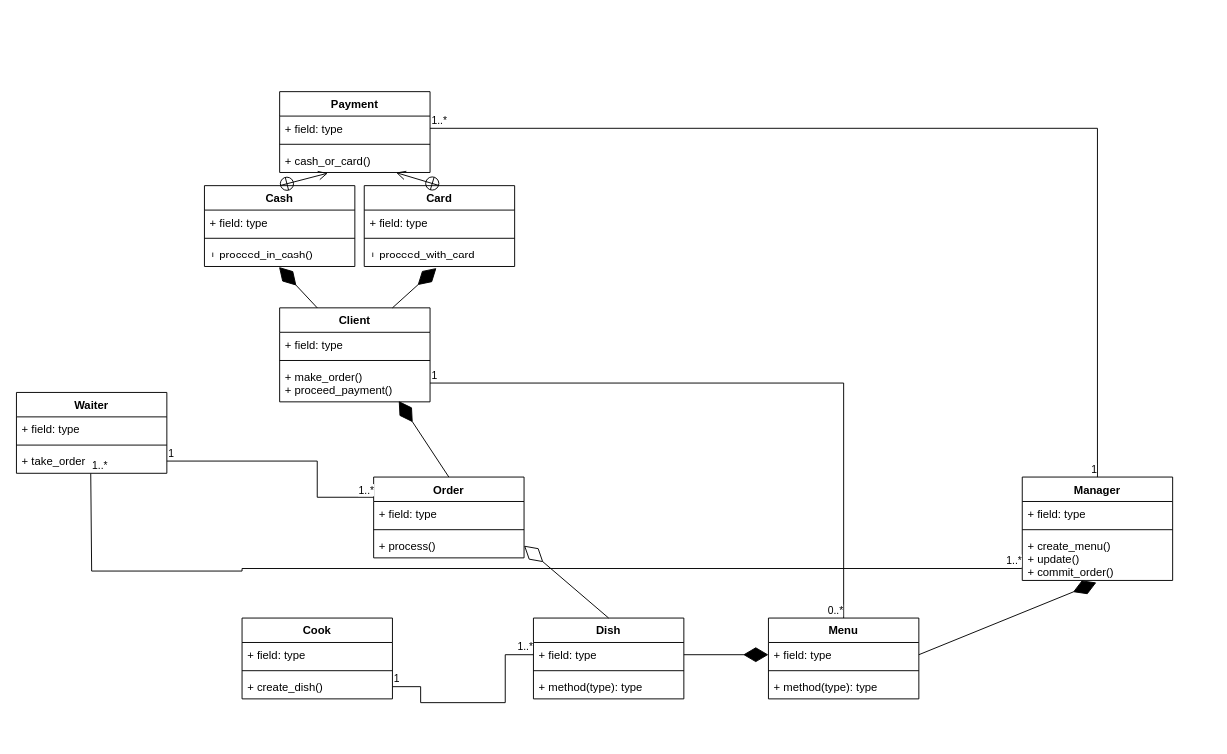
Before: Untitled Diagram.drawio in Ruslan-Sh-sudo/UML_diagram, a draw.io diagram. Source tidied: cells renumbered, new cells numbered last; positions are measured from the earlier drawing's top-left corner, leaving out a move shared by most shapes. Both pictures are drawn from the tidied source at 94%, with x=0, y=0 at pixel (16, 91).
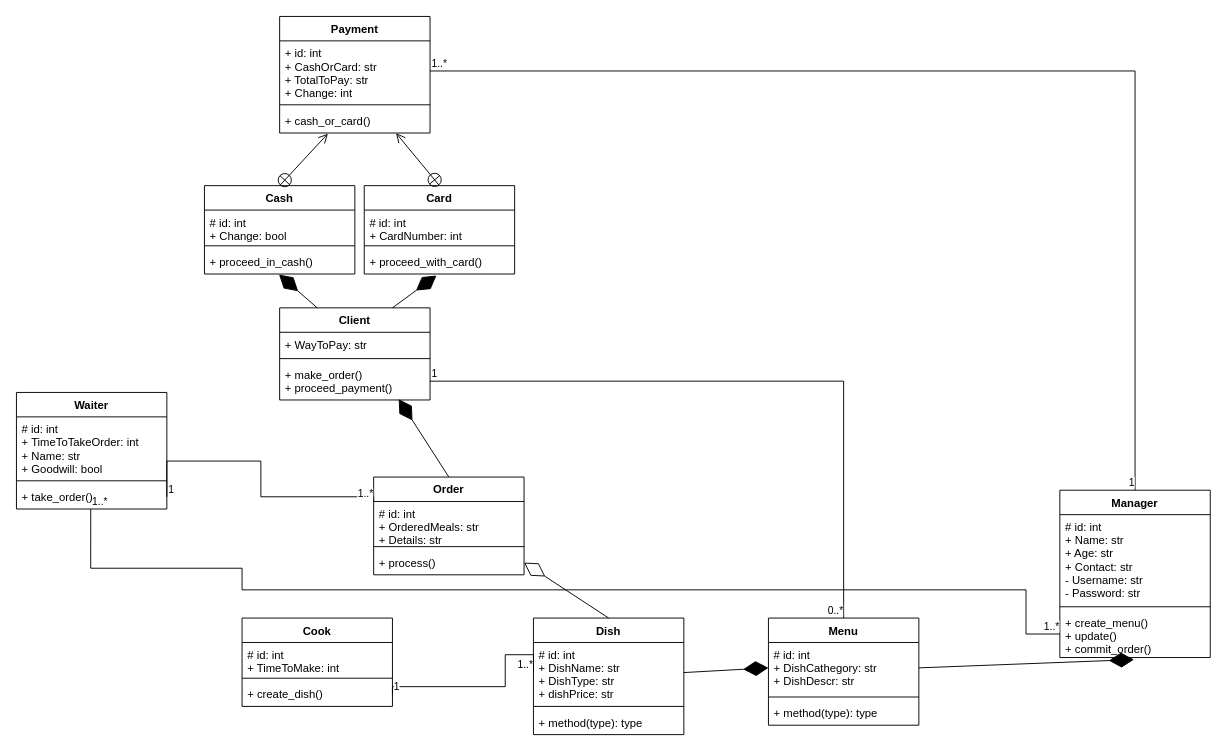
The same page after the edit.

What changed in the source:
```diff
@@
     <mxCell id="2" value="Menu" style="swimlane;fontStyle=1;align=center;verticalAlign=top;horizontal=1;startSize=26;" parent="1" vertex="1">
-      <mxGeometry x="800" y="560" width="160" height="86" as="geometry" />
+      <mxGeometry x="800" y="560" width="160" height="114" as="geometry" />
     </mxCell>
-    <mxCell id="3" value="+ field: type" style="text;strokeColor=none;fillColor=none;align=left;verticalAlign=top;spacingLeft=4;spacingRight=4;overflow=hidden;points=[[0,0.5],[1,0.5]];portConstraint=eastwest;" parent="2" vertex="1">
-      <mxGeometry y="26" width="160" height="26" as="geometry" />
+    <mxCell id="3" value="# id: int&#10;+ DishCathegory: str&#10;+ DishDescr: str" style="text;strokeColor=none;fillColor=none;align=left;verticalAlign=top;spacingLeft=4;spacingRight=4;overflow=hidden;points=[[0,0.5],[1,0.5]];portConstraint=eastwest;" parent="2" vertex="1">
+      <mxGeometry y="26" width="160" height="54" as="geometry" />
     </mxCell>
     <mxCell id="4" style="line;strokeWidth=1;fillColor=none;align=left;verticalAlign=middle;spacingTop=-1;spacingLeft=3;spacingRight=3;labelPosition=right;" parent="2" vertex="1">
-      <mxGeometry y="52" width="160" height="8" as="geometry" />
+      <mxGeometry y="80" width="160" height="8" as="geometry" />
     </mxCell>
     <mxCell id="5" value="+ method(type): type" style="text;strokeColor=none;fillColor=none;align=left;verticalAlign=top;spacingLeft=4;spacingRight=4;overflow=hidden;" parent="2" vertex="1">
-      <mxGeometry y="60" width="160" height="26" as="geometry" />
+      <mxGeometry y="88" width="160" height="26" as="geometry" />
     </mxCell>
     <mxCell id="6" value="Dish" style="swimlane;fontStyle=1;align=center;verticalAlign=top;horizontal=1;startSize=26;" parent="1" vertex="1">
-      <mxGeometry x="550" y="560" width="160" height="86" as="geometry" />
+      <mxGeometry x="550" y="560" width="160" height="124" as="geometry" />
     </mxCell>
-    <mxCell id="7" value="+ field: type" style="text;strokeColor=none;fillColor=none;align=left;verticalAlign=top;spacingLeft=4;spacingRight=4;overflow=hidden;points=[[0,0.5],[1,0.5]];portConstraint=eastwest;" parent="6" vertex="1">
-      <mxGeometry y="26" width="160" height="26" as="geometry" />
+    <mxCell id="7" value="# id: int&#10;+ DishName: str&#10;+ DishType: str&#10;+ dishPrice: str" style="text;strokeColor=none;fillColor=none;align=left;verticalAlign=top;spacingLeft=4;spacingRight=4;overflow=hidden;points=[[0,0.5],[1,0.5]];portConstraint=eastwest;" parent="6" vertex="1">
+      <mxGeometry y="26" width="160" height="64" as="geometry" />
     </mxCell>
     <mxCell id="8" style="line;strokeWidth=1;fillColor=none;align=left;verticalAlign=middle;spacingTop=-1;spacingLeft=3;spacingRight=3;labelPosition=right;" parent="6" vertex="1">
-      <mxGeometry y="52" width="160" height="8" as="geometry" />
+      <mxGeometry y="90" width="160" height="8" as="geometry" />
     </mxCell>
     <mxCell id="9" value="+ method(type): type" style="text;strokeColor=none;fillColor=none;align=left;verticalAlign=top;spacingLeft=4;spacingRight=4;overflow=hidden;" parent="6" vertex="1">
-      <mxGeometry y="60" width="160" height="26" as="geometry" />
+      <mxGeometry y="98" width="160" height="26" as="geometry" />
     </mxCell>
@@
     <mxCell id="11" value="Payment" style="swimlane;fontStyle=1;align=center;verticalAlign=top;horizontal=1;startSize=26;" parent="1" vertex="1">
-      <mxGeometry x="280" width="160" height="86" as="geometry" />
+      <mxGeometry x="280" y="-80" width="160" height="124" as="geometry" />
     </mxCell>
-    <mxCell id="12" value="+ field: type" style="text;strokeColor=none;fillColor=none;align=left;verticalAlign=top;spacingLeft=4;spacingRight=4;overflow=hidden;points=[[0,0.5],[1,0.5]];portConstraint=eastwest;" parent="11" vertex="1">
-      <mxGeometry y="26" width="160" height="26" as="geometry" />
+    <mxCell id="12" value="+ id: int&#10;+ CashOrCard: str&#10;+ TotalToPay: str&#10;+ Change: int" style="text;strokeColor=none;fillColor=none;align=left;verticalAlign=top;spacingLeft=4;spacingRight=4;overflow=hidden;points=[[0,0.5],[1,0.5]];portConstraint=eastwest;" parent="11" vertex="1">
+      <mxGeometry y="26" width="160" height="64" as="geometry" />
     </mxCell>
     <mxCell id="13" style="line;strokeWidth=1;fillColor=none;align=left;verticalAlign=middle;spacingTop=-1;spacingLeft=3;spacingRight=3;labelPosition=right;" parent="11" vertex="1">
-      <mxGeometry y="52" width="160" height="8" as="geometry" />
+      <mxGeometry y="90" width="160" height="8" as="geometry" />
     </mxCell>
     <mxCell id="14" value="+ cash_or_card()" style="text;strokeColor=none;fillColor=none;align=left;verticalAlign=top;spacingLeft=4;spacingRight=4;overflow=hidden;points=[[0,0.5],[1,0.5]];portConstraint=eastwest;" parent="11" vertex="1">
-      <mxGeometry y="60" width="160" height="26" as="geometry" />
+      <mxGeometry y="98" width="160" height="26" as="geometry" />
     </mxCell>
     <mxCell id="15" value="Card" style="swimlane;fontStyle=1;align=center;verticalAlign=top;horizontal=1;startSize=26;" parent="1" vertex="1">
-      <mxGeometry x="370" y="100" width="160" height="86" as="geometry" />
+      <mxGeometry x="370" y="100" width="160" height="94" as="geometry" />
     </mxCell>
-    <mxCell id="16" value="+ field: type" style="text;strokeColor=none;fillColor=none;align=left;verticalAlign=top;spacingLeft=4;spacingRight=4;overflow=hidden;" parent="15" vertex="1">
-      <mxGeometry y="26" width="160" height="26" as="geometry" />
+    <mxCell id="16" value="# id: int&#10;+ CardNumber: int" style="text;strokeColor=none;fillColor=none;align=left;verticalAlign=top;spacingLeft=4;spacingRight=4;overflow=hidden;" parent="15" vertex="1">
+      <mxGeometry y="26" width="160" height="34" as="geometry" />
     </mxCell>
     <mxCell id="17" style="line;strokeWidth=1;fillColor=none;align=left;verticalAlign=middle;spacingTop=-1;spacingLeft=3;spacingRight=3;labelPosition=right;" parent="15" vertex="1">
-      <mxGeometry y="52" width="160" height="8" as="geometry" />
+      <mxGeometry y="60" width="160" height="8" as="geometry" />
     </mxCell>
-    <mxCell id="18" value="+ proceed_with_card" style="text;strokeColor=none;fillColor=none;align=left;verticalAlign=top;spacingLeft=4;spacingRight=4;overflow=hidden;points=[[0,0.5],[1,0.5]];portConstraint=eastwest;" parent="15" vertex="1">
-      <mxGeometry y="60" width="160" height="26" as="geometry" />
+    <mxCell id="18" value="+ proceed_with_card()" style="text;strokeColor=none;fillColor=none;align=left;verticalAlign=top;spacingLeft=4;spacingRight=4;overflow=hidden;points=[[0,0.5],[1,0.5]];portConstraint=eastwest;" parent="15" vertex="1">
+      <mxGeometry y="68" width="160" height="26" as="geometry" />
     </mxCell>
     <mxCell id="19" value="Cash" style="swimlane;fontStyle=1;align=center;verticalAlign=top;horizontal=1;startSize=26;" parent="1" vertex="1">
-      <mxGeometry x="200" y="100" width="160" height="86" as="geometry" />
+      <mxGeometry x="200" y="100" width="160" height="94" as="geometry" />
     </mxCell>
-    <mxCell id="20" value="+ field: type" style="text;strokeColor=none;fillColor=none;align=left;verticalAlign=top;spacingLeft=4;spacingRight=4;overflow=hidden;" parent="19" vertex="1">
-      <mxGeometry y="26" width="160" height="26" as="geometry" />
+    <mxCell id="20" value="# id: int&#10;+ Change: bool" style="text;strokeColor=none;fillColor=none;align=left;verticalAlign=top;spacingLeft=4;spacingRight=4;overflow=hidden;" parent="19" vertex="1">
+      <mxGeometry y="26" width="160" height="34" as="geometry" />
     </mxCell>
     <mxCell id="21" style="line;strokeWidth=1;fillColor=none;align=left;verticalAlign=middle;spacingTop=-1;spacingLeft=3;spacingRight=3;labelPosition=right;" parent="19" vertex="1">
-      <mxGeometry y="52" width="160" height="8" as="geometry" />
+      <mxGeometry y="60" width="160" height="8" as="geometry" />
     </mxCell>
     <mxCell id="22" value="+ proceed_in_cash()" style="text;strokeColor=none;fillColor=none;align=left;verticalAlign=top;spacingLeft=4;spacingRight=4;overflow=hidden;points=[[0,0.5],[1,0.5]];portConstraint=eastwest;" parent="19" vertex="1">
-      <mxGeometry y="60" width="160" height="26" as="geometry" />
+      <mxGeometry y="68" width="160" height="26" as="geometry" />
     </mxCell>
@@
     <mxCell id="25" value="Manager" style="swimlane;fontStyle=1;align=center;verticalAlign=top;horizontal=1;startSize=26;" parent="1" vertex="1">
-      <mxGeometry x="1070" y="410" width="160" height="110" as="geometry" />
+      <mxGeometry x="1110" y="424" width="160" height="178" as="geometry" />
     </mxCell>
-    <mxCell id="26" value="+ field: type" style="text;strokeColor=none;fillColor=none;align=left;verticalAlign=top;spacingLeft=4;spacingRight=4;overflow=hidden;" parent="25" vertex="1">
-      <mxGeometry y="26" width="160" height="26" as="geometry" />
+    <mxCell id="26" value="# id: int&#10;+ Name: str&#10;+ Age: str&#10;+ Contact: str&#10;- Username: str&#10;- Password: str" style="text;strokeColor=none;fillColor=none;align=left;verticalAlign=top;spacingLeft=4;spacingRight=4;overflow=hidden;" parent="25" vertex="1">
+      <mxGeometry y="26" width="160" height="94" as="geometry" />
     </mxCell>
     <mxCell id="27" style="line;strokeWidth=1;fillColor=none;align=left;verticalAlign=middle;spacingTop=-1;spacingLeft=3;spacingRight=3;labelPosition=right;" parent="25" vertex="1">
-      <mxGeometry y="52" width="160" height="8" as="geometry" />
+      <mxGeometry y="120" width="160" height="8" as="geometry" />
     </mxCell>
     <mxCell id="28" value="+ create_menu()&#10;+ update()&#10;+ commit_order()" style="text;strokeColor=none;fillColor=none;align=left;verticalAlign=top;spacingLeft=4;spacingRight=4;overflow=hidden;points=[[0,0.5],[1,0.5]];portConstraint=eastwest;" parent="25" vertex="1">
-      <mxGeometry y="60" width="160" height="50" as="geometry" />
+      <mxGeometry y="128" width="160" height="50" as="geometry" />
     </mxCell>
@@
     <mxCell id="33" value="Cook" style="swimlane;fontStyle=1;align=center;verticalAlign=top;horizontal=1;startSize=26;" parent="1" vertex="1">
-      <mxGeometry x="240" y="560" width="160" height="86" as="geometry" />
+      <mxGeometry x="240" y="560" width="160" height="94" as="geometry" />
     </mxCell>
-    <mxCell id="34" value="+ field: type" style="text;strokeColor=none;fillColor=none;align=left;verticalAlign=top;spacingLeft=4;spacingRight=4;overflow=hidden;" parent="33" vertex="1">
-      <mxGeometry y="26" width="160" height="26" as="geometry" />
+    <mxCell id="34" value="# id: int&#10;+ TimeToMake: int" style="text;strokeColor=none;fillColor=none;align=left;verticalAlign=top;spacingLeft=4;spacingRight=4;overflow=hidden;" parent="33" vertex="1">
+      <mxGeometry y="26" width="160" height="34" as="geometry" />
     </mxCell>
     <mxCell id="35" style="line;strokeWidth=1;fillColor=none;align=left;verticalAlign=middle;spacingTop=-1;spacingLeft=3;spacingRight=3;labelPosition=right;" parent="33" vertex="1">
-      <mxGeometry y="52" width="160" height="8" as="geometry" />
+      <mxGeometry y="60" width="160" height="8" as="geometry" />
     </mxCell>
     <mxCell id="36" value="+ create_dish()" style="text;strokeColor=none;fillColor=none;align=left;verticalAlign=top;spacingLeft=4;spacingRight=4;overflow=hidden;points=[[0,0.5],[1,0.5]];portConstraint=eastwest;" parent="33" vertex="1">
-      <mxGeometry y="60" width="160" height="26" as="geometry" />
+      <mxGeometry y="68" width="160" height="26" as="geometry" />
     </mxCell>
     <mxCell id="37" style="endArrow=none;html=1;edgeStyle=orthogonalEdgeStyle;rounded=0;exitX=1;exitY=0.5;exitDx=0;exitDy=0;entryX=0;entryY=0.5;entryDx=0;entryDy=0;" parent="1" edge="1" source="36" target="7">
       <mxGeometry relative="1" as="geometry">
         <Array as="points">
-          <mxPoint x="430" y="633" />
-          <mxPoint x="430" y="650" />
-          <mxPoint x="520" y="650" />
+          <mxPoint x="520" y="633" />
           <mxPoint x="520" y="599" />
         </Array>
       </mxGeometry>
     </mxCell>
@@
     <mxCell id="40" value="Client" style="swimlane;fontStyle=1;align=center;verticalAlign=top;horizontal=1;startSize=26;" parent="1" vertex="1">
-      <mxGeometry x="280" y="230" width="160" height="100" as="geometry" />
+      <mxGeometry x="280" y="230" width="160" height="98" as="geometry" />
     </mxCell>
-    <mxCell id="41" value="+ field: type" style="text;strokeColor=none;fillColor=none;align=left;verticalAlign=top;spacingLeft=4;spacingRight=4;overflow=hidden;" parent="40" vertex="1">
-      <mxGeometry y="26" width="160" height="26" as="geometry" />
+    <mxCell id="41" value="+ WayToPay: str" style="text;strokeColor=none;fillColor=none;align=left;verticalAlign=top;spacingLeft=4;spacingRight=4;overflow=hidden;" parent="40" vertex="1">
+      <mxGeometry y="26" width="160" height="24" as="geometry" />
     </mxCell>
     <mxCell id="42" style="line;strokeWidth=1;fillColor=none;align=left;verticalAlign=middle;spacingTop=-1;spacingLeft=3;spacingRight=3;labelPosition=right;" parent="40" vertex="1">
-      <mxGeometry y="52" width="160" height="8" as="geometry" />
+      <mxGeometry y="50" width="160" height="8" as="geometry" />
     </mxCell>
     <mxCell id="43" value="+ make_order()&#10;+ proceed_payment()" style="text;strokeColor=none;fillColor=none;align=left;verticalAlign=top;spacingLeft=4;spacingRight=4;overflow=hidden;points=[[0,0.5],[1,0.5]];portConstraint=eastwest;" parent="40" vertex="1">
-      <mxGeometry y="60" width="160" height="40" as="geometry" />
+      <mxGeometry y="58" width="160" height="40" as="geometry" />
     </mxCell>
@@
     <mxCell id="49" value="Order" style="swimlane;fontStyle=1;align=center;verticalAlign=top;horizontal=1;startSize=26;" parent="1" vertex="1">
-      <mxGeometry x="380" y="410" width="160" height="86" as="geometry" />
+      <mxGeometry x="380" y="410" width="160" height="104" as="geometry" />
     </mxCell>
-    <mxCell id="50" value="+ field: type" style="text;strokeColor=none;fillColor=none;align=left;verticalAlign=top;spacingLeft=4;spacingRight=4;overflow=hidden;" parent="49" vertex="1">
-      <mxGeometry y="26" width="160" height="26" as="geometry" />
+    <mxCell id="50" value="# id: int&#10;+ OrderedMeals: str&#10;+ Details: str" style="text;strokeColor=none;fillColor=none;align=left;verticalAlign=top;spacingLeft=4;spacingRight=4;overflow=hidden;" parent="49" vertex="1">
+      <mxGeometry y="26" width="160" height="44" as="geometry" />
     </mxCell>
     <mxCell id="51" style="line;strokeWidth=1;fillColor=none;align=left;verticalAlign=middle;spacingTop=-1;spacingLeft=3;spacingRight=3;labelPosition=right;" parent="49" vertex="1">
-      <mxGeometry y="52" width="160" height="8" as="geometry" />
+      <mxGeometry y="70" width="160" height="8" as="geometry" />
     </mxCell>
     <mxCell id="52" value="+ process()" style="text;strokeColor=none;fillColor=none;align=left;verticalAlign=top;spacingLeft=4;spacingRight=4;overflow=hidden;points=[[0,0.5],[1,0.5]];portConstraint=eastwest;" parent="49" vertex="1">
-      <mxGeometry y="60" width="160" height="26" as="geometry" />
+      <mxGeometry y="78" width="160" height="26" as="geometry" />
     </mxCell>
@@
     <mxCell id="54" value="Waiter" style="swimlane;fontStyle=1;align=center;verticalAlign=top;horizontal=1;startSize=26;" parent="1" vertex="1">
-      <mxGeometry y="320" width="160" height="86" as="geometry" />
+      <mxGeometry y="320" width="160" height="124" as="geometry" />
     </mxCell>
-    <mxCell id="55" value="+ field: type" style="text;strokeColor=none;fillColor=none;align=left;verticalAlign=top;spacingLeft=4;spacingRight=4;overflow=hidden;" parent="54" vertex="1">
-      <mxGeometry y="26" width="160" height="26" as="geometry" />
+    <mxCell id="55" value="# id: int&#10;+ TimeToTakeOrder: int&#10;+ Name: str&#10;+ Goodwill: bool" style="text;strokeColor=none;fillColor=none;align=left;verticalAlign=top;spacingLeft=4;spacingRight=4;overflow=hidden;" parent="54" vertex="1">
+      <mxGeometry y="26" width="160" height="64" as="geometry" />
     </mxCell>
     <mxCell id="56" style="line;strokeWidth=1;fillColor=none;align=left;verticalAlign=middle;spacingTop=-1;spacingLeft=3;spacingRight=3;labelPosition=right;" parent="54" vertex="1">
-      <mxGeometry y="52" width="160" height="8" as="geometry" />
+      <mxGeometry y="90" width="160" height="8" as="geometry" />
     </mxCell>
-    <mxCell id="57" value="+ take_order" style="text;strokeColor=none;fillColor=none;align=left;verticalAlign=top;spacingLeft=4;spacingRight=4;overflow=hidden;points=[[0,0.5],[1,0.5]];portConstraint=eastwest;" parent="54" vertex="1">
-      <mxGeometry y="60" width="160" height="26" as="geometry" />
+    <mxCell id="57" value="+ take_order()" style="text;strokeColor=none;fillColor=none;align=left;verticalAlign=top;spacingLeft=4;spacingRight=4;overflow=hidden;points=[[0,0.5],[1,0.5]];portConstraint=eastwest;" parent="54" vertex="1">
+      <mxGeometry y="98" width="160" height="26" as="geometry" />
     </mxCell>
@@
     <mxCell id="59" style="endArrow=none;html=1;edgeStyle=orthogonalEdgeStyle;rounded=0;entryX=0;entryY=0.25;entryDx=0;entryDy=0;exitX=1;exitY=0.5;exitDx=0;exitDy=0;" parent="1" edge="1" source="57" target="49">
       <mxGeometry relative="1" as="geometry">
         <Array as="points">
-          <mxPoint x="320" y="393" />
-          <mxPoint x="320" y="431" />
+          <mxPoint x="260" y="393" />
+          <mxPoint x="260" y="431" />
         </Array>
       </mxGeometry>
     </mxCell>
@@
-    <mxCell id="62" style="endArrow=none;html=1;edgeStyle=orthogonalEdgeStyle;rounded=0;exitX=0.494;exitY=1.008;exitDx=0;exitDy=0;exitPerimeter=0;entryX=-0.003;entryY=0.746;entryDx=0;entryDy=0;entryPerimeter=0;" parent="1" edge="1" source="57" target="28">
+    <mxCell id="62" style="endArrow=none;html=1;edgeStyle=orthogonalEdgeStyle;rounded=0;exitX=0.494;exitY=1.008;exitDx=0;exitDy=0;exitPerimeter=0;entryX=0;entryY=0.5;entryDx=0;entryDy=0;" parent="1" edge="1" source="57" target="28">
       <mxGeometry relative="1" as="geometry">
         <Array as="points">
-          <mxPoint x="80" y="406" />
-          <mxPoint x="80" y="510" />
-          <mxPoint x="240" y="510" />
+          <mxPoint x="79" y="507" />
           <mxPoint x="240" y="507" />
+          <mxPoint x="240" y="530" />
+          <mxPoint x="1074" y="530" />
+          <mxPoint x="1074" y="577" />
         </Array>
       </mxGeometry>
     </mxCell>
```
